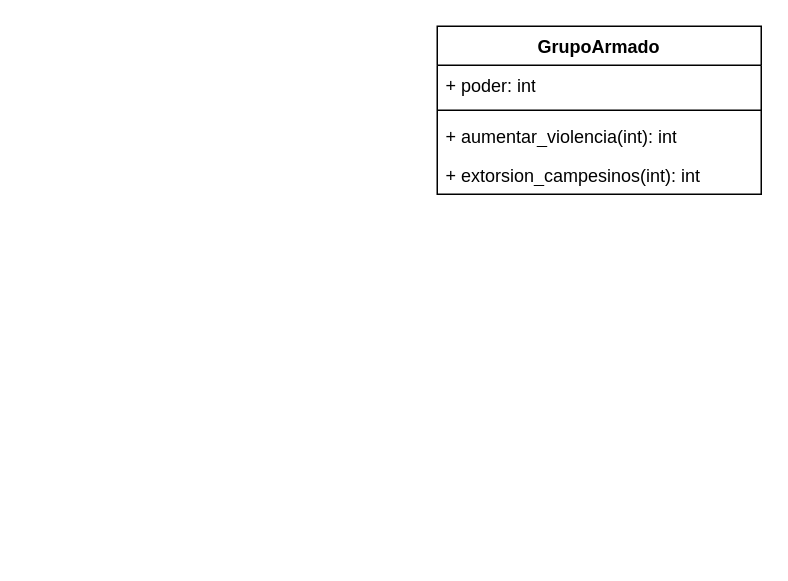
Above: Docs/Avances/TercerAvance/Clases.drawio in TheLudway/abm-forced-displacement (draw.io), before the change. Source tidied: cells renumbered, new cells numbered last; positions are measured from the earlier drawing's top-left corner, leaving out a move shared by most shapes. Both pictures are drawn from the tidied source at 150%, with x=0, y=0 at pixel (436, 26).
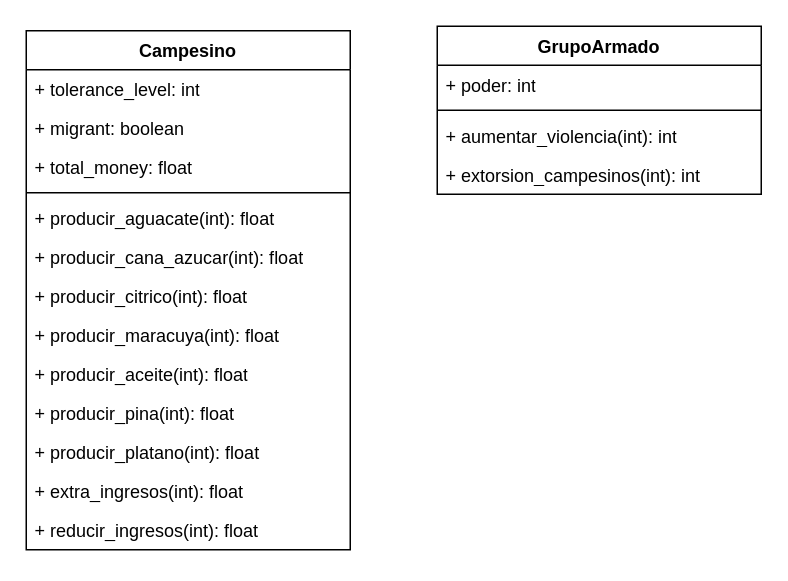
Above is the later version.

Commit message:
Clase campesino actualizada

What changed in the source:
```diff
@@
+    <mxCell id="7" value="Campesino" style="swimlane;fontStyle=1;align=center;verticalAlign=top;horizontal=1;startSize=26;whiteSpace=wrap;html=1;" parent="1" vertex="1">
+      <mxGeometry x="-274" y="3" width="216" height="346" as="geometry" />
+    </mxCell>
+    <mxCell id="8" value="+ tolerance_level: int" style="text;strokeColor=none;fillColor=none;align=left;verticalAlign=top;spacingLeft=4;spacingRight=4;overflow=hidden;whiteSpace=wrap;html=1;" parent="7" vertex="1">
+      <mxGeometry y="26" width="216" height="26" as="geometry" />
+    </mxCell>
+    <mxCell id="9" value="+ migrant: boolean" style="text;strokeColor=none;fillColor=none;align=left;verticalAlign=top;spacingLeft=4;spacingRight=4;overflow=hidden;whiteSpace=wrap;html=1;" parent="7" vertex="1">
+      <mxGeometry y="52" width="216" height="26" as="geometry" />
+    </mxCell>
+    <mxCell id="10" value="+ total_money: float" style="text;strokeColor=none;fillColor=none;align=left;verticalAlign=top;spacingLeft=4;spacingRight=4;overflow=hidden;whiteSpace=wrap;html=1;" parent="7" vertex="1">
+      <mxGeometry y="78" width="216" height="26" as="geometry" />
+    </mxCell>
+    <mxCell id="11" style="line;strokeWidth=1;fillColor=none;align=left;verticalAlign=middle;spacingTop=-1;spacingLeft=3;spacingRight=3;labelPosition=right;strokeColor=inherit;" parent="7" vertex="1">
+      <mxGeometry y="104" width="216" height="8" as="geometry" />
+    </mxCell>
+    <mxCell id="12" value="+ producir_aguacate(int): float" style="text;strokeColor=none;fillColor=none;align=left;verticalAlign=top;spacingLeft=4;spacingRight=4;overflow=hidden;whiteSpace=wrap;html=1;" parent="7" vertex="1">
+      <mxGeometry y="112" width="216" height="26" as="geometry" />
+    </mxCell>
+    <mxCell id="13" value="+ producir_cana_azucar(int): float" style="text;strokeColor=none;fillColor=none;align=left;verticalAlign=top;spacingLeft=4;spacingRight=4;overflow=hidden;whiteSpace=wrap;html=1;" parent="7" vertex="1">
+      <mxGeometry y="138" width="216" height="26" as="geometry" />
+    </mxCell>
+    <mxCell id="14" value="+ producir_citrico(int): float" style="text;strokeColor=none;fillColor=none;align=left;verticalAlign=top;spacingLeft=4;spacingRight=4;overflow=hidden;whiteSpace=wrap;html=1;" parent="7" vertex="1">
+      <mxGeometry y="164" width="216" height="26" as="geometry" />
+    </mxCell>
+    <mxCell id="15" value="+ producir_maracuya(int): float" style="text;strokeColor=none;fillColor=none;align=left;verticalAlign=top;spacingLeft=4;spacingRight=4;overflow=hidden;whiteSpace=wrap;html=1;" parent="7" vertex="1">
+      <mxGeometry y="190" width="216" height="26" as="geometry" />
+    </mxCell>
+    <mxCell id="16" value="+ producir_aceite(int): float" style="text;strokeColor=none;fillColor=none;align=left;verticalAlign=top;spacingLeft=4;spacingRight=4;overflow=hidden;whiteSpace=wrap;html=1;" parent="7" vertex="1">
+      <mxGeometry y="216" width="216" height="26" as="geometry" />
+    </mxCell>
+    <mxCell id="17" value="+ producir_pina(int): float" style="text;strokeColor=none;fillColor=none;align=left;verticalAlign=top;spacingLeft=4;spacingRight=4;overflow=hidden;whiteSpace=wrap;html=1;" parent="7" vertex="1">
+      <mxGeometry y="242" width="216" height="26" as="geometry" />
+    </mxCell>
+    <mxCell id="18" value="+ producir_platano(int): float" style="text;strokeColor=none;fillColor=none;align=left;verticalAlign=top;spacingLeft=4;spacingRight=4;overflow=hidden;whiteSpace=wrap;html=1;" parent="7" vertex="1">
+      <mxGeometry y="268" width="216" height="26" as="geometry" />
+    </mxCell>
+    <mxCell id="19" value="+ extra_ingresos(int): float" style="text;strokeColor=none;fillColor=none;align=left;verticalAlign=top;spacingLeft=4;spacingRight=4;overflow=hidden;whiteSpace=wrap;html=1;" parent="7" vertex="1">
+      <mxGeometry y="294" width="216" height="26" as="geometry" />
+    </mxCell>
+    <mxCell id="20" value="+ reducir_ingresos(int): float" style="text;strokeColor=none;fillColor=none;align=left;verticalAlign=top;spacingLeft=4;spacingRight=4;overflow=hidden;whiteSpace=wrap;html=1;" parent="7" vertex="1">
+      <mxGeometry y="320" width="216" height="26" as="geometry" />
+    </mxCell>
```
